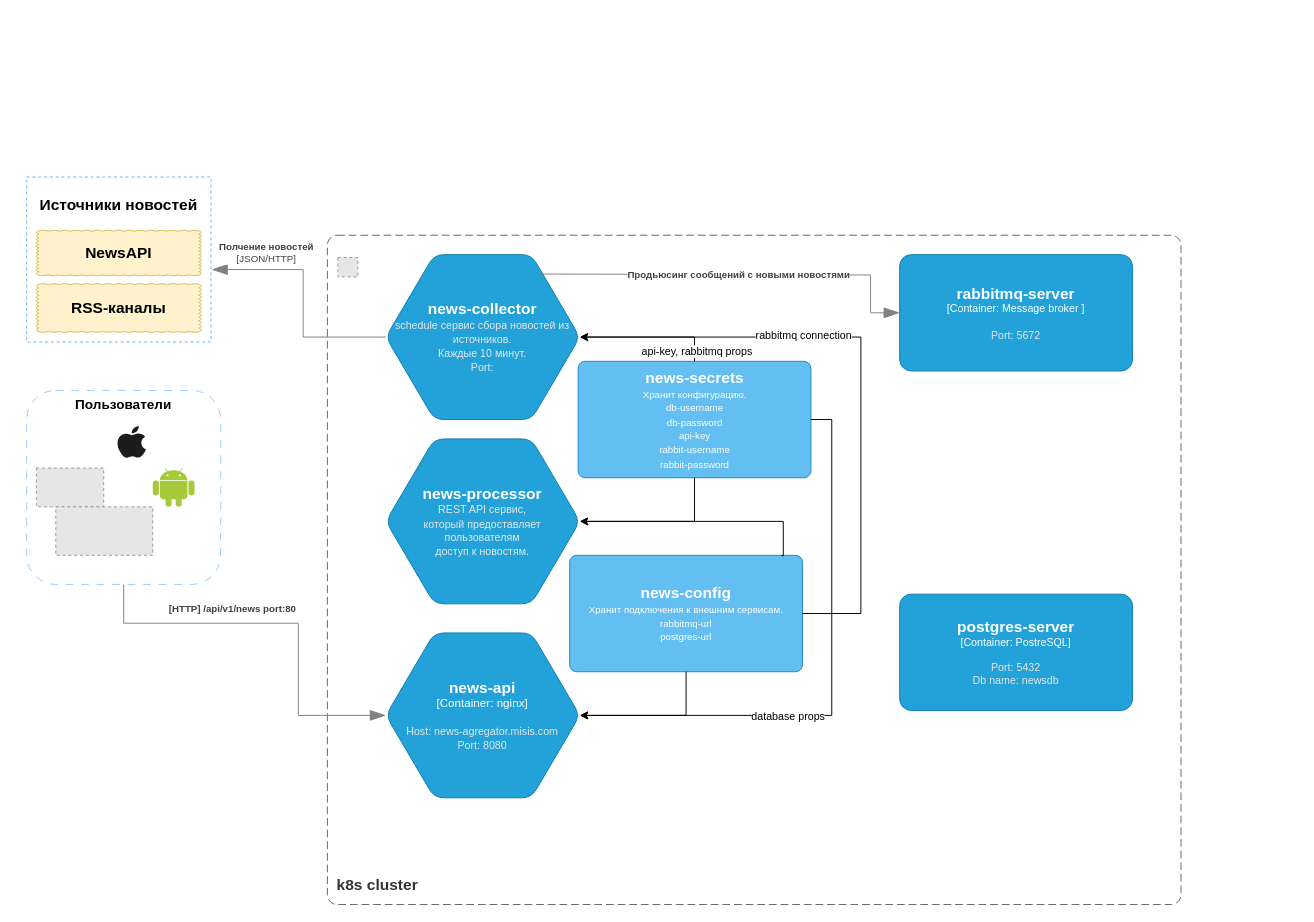
Above: hld-diagram.drawio in avgrlv/k8s-news-agregator-sample (draw.io), before the change. Source tidied: cells renumbered, new cells numbered last; positions are measured from the earlier drawing's top-left corner, leaving out a move shared by most shapes. Both pictures are drawn from the tidied source at 97%, with x=0, y=0 at pixel (26, 177). Pictures stored in the file or linked from it are replaced by grey dashed boxes.
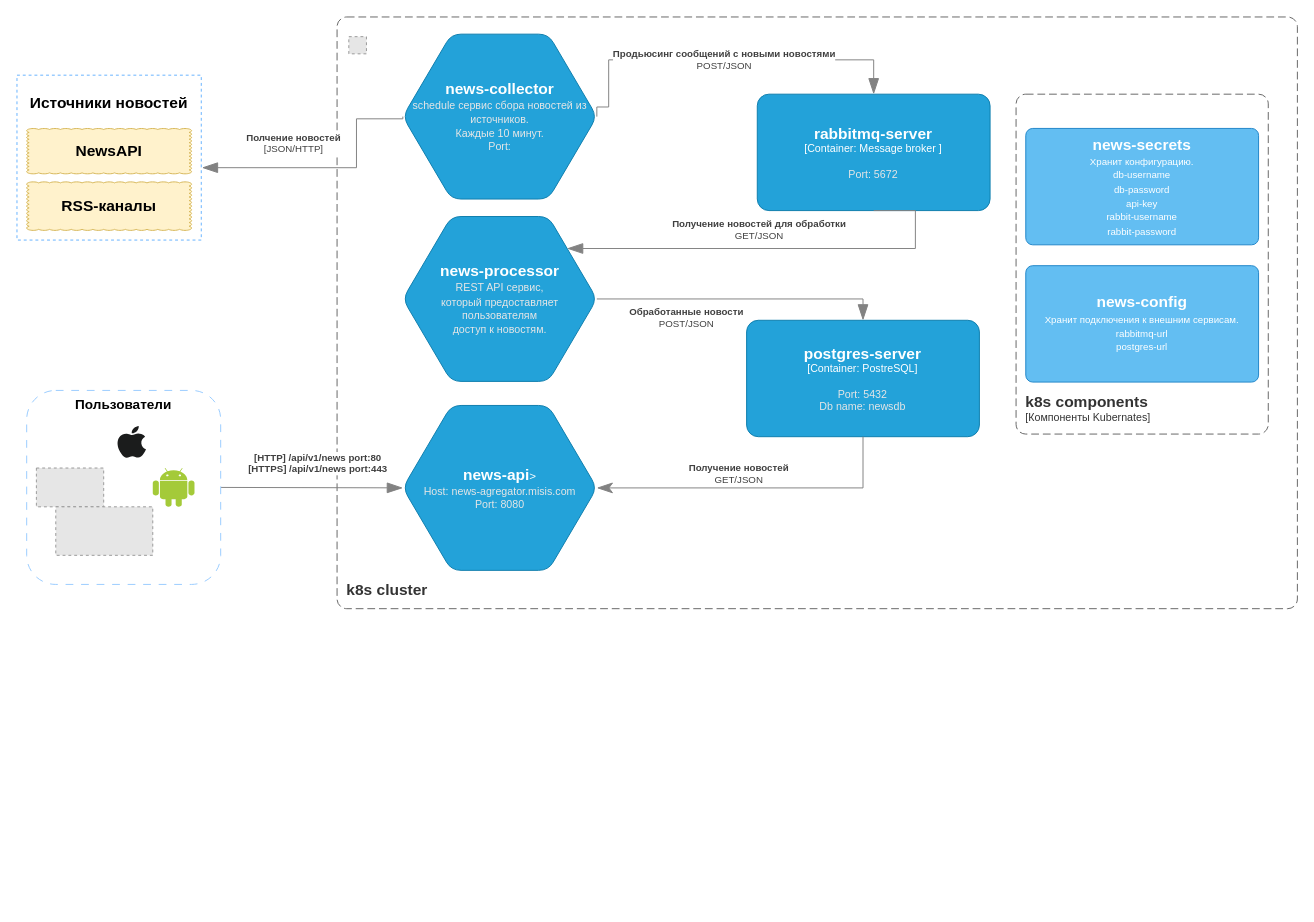
The same page after the edit.

Unchanged cells that the change refers to:
```xml
<mxCell id="25" style="verticalLabelPosition=bottom;verticalAlign=top;html=1;shape=mxgraph.basic.rect;fillColor2=none;strokeWidth=1;size=20;indent=5;dashed=1;strokeColor=#66B2FF;" parent="24" vertex="1">
  <mxGeometry width="190" height="170" as="geometry" />
</mxCell>
<mxCell id="29" value="Пользователи" style="whiteSpace=wrap;html=1;dashed=1;dashPattern=8 8;rounded=1;strokeColor=#99CCFF;verticalAlign=top;fontSize=14;fontStyle=1;" parent="1" vertex="1">
  <mxGeometry y="220" width="200" height="200" as="geometry" />
</mxCell>
```

Change to the diagram source:
```diff
@@
     <mxCell id="2" style="group;" parent="1" vertex="1">
-      <mxGeometry x="310" y="60" width="880" height="690" as="geometry" />
+      <mxGeometry x="320" y="-165" width="990" height="610" as="geometry" />
     </mxCell>
     <object id="3" label="&lt;font style=&quot;font-size: 16px&quot;&gt;&lt;b&gt;&lt;div style=&quot;text-align: left&quot;&gt;%c4Name%&lt;/div&gt;&lt;/b&gt;&lt;/font&gt;" c4Name="k8s cluster" placeholders="1">
       <mxCell style="rounded=1;fontSize=11;whiteSpace=wrap;html=1;dashed=1;arcSize=20;fillColor=none;strokeColor=#666666;fontColor=#333333;labelBackgroundColor=none;align=left;verticalAlign=bottom;labelBorderColor=none;spacingTop=0;spacing=10;dashPattern=8 4;perimeter=rectanglePerimeter;noLabel=0;labelPadding=0;absoluteArcSize=1;" parent="2" vertex="1">
-        <mxGeometry width="880" height="690" as="geometry" />
+        <mxGeometry width="990" height="610" as="geometry" />
       </mxCell>
     </object>
     <mxCell id="4" style="fillColor=#E6E6E6;strokeColor=#999999;dashed=1;verticalLabelPosition=bottom;labelBackgroundColor=default;verticalAlign=top;" parent="2" vertex="1">
-      <mxGeometry x="10.8" y="23" width="20.6" height="20" as="geometry" />
+      <mxGeometry x="12.1" y="20.3" width="18.2" height="17.7" as="geometry" />
     </mxCell>
-    <object id="5" label="&lt;font style=&quot;font-size: 16px&quot;&gt;&lt;b&gt;%c4Name%&lt;/b&gt;&lt;/font&gt;&lt;div&gt;[%c4Type%:&amp;nbsp;%c4Technology%]&lt;/div&gt;&lt;br&gt;&lt;div&gt;&lt;font style=&quot;font-size: 11px&quot;&gt;&lt;font color=&quot;#E6E6E6&quot;&gt;%c4Description%&lt;/font&gt;&lt;/div&gt;" c4Description="Host: news-agregator.misis.com&#10;Port: 8080" c4Name="news-api" c4Technology="nginx" c4Type="Container" placeholders="1">
+    <object id="5" label="&lt;font style=&quot;font-size: 16px&quot;&gt;&lt;b&gt;%c4Name%&lt;/b&gt;&lt;/font&gt;&gt;&lt;br&gt;&lt;div&gt;&lt;font style=&quot;font-size: 11px&quot;&gt;&lt;font color=&quot;#E6E6E6&quot;&gt;%c4Description%&lt;/font&gt;&lt;/div&gt;" c4Description="Host: news-agregator.misis.com&#10;Port: 8080" c4Name="news-api" placeholders="1">
       <mxCell style="shape=hexagon;size=50;perimeter=hexagonPerimeter2;whiteSpace=wrap;html=1;fixedSize=1;rounded=1;labelBackgroundColor=none;fillColor=#23A2D9;fontSize=12;fontColor=#ffffff;align=center;strokeColor=#0E7DAD;points=[[0.5,0,0],[1,0.25,0],[1,0.5,0],[1,0.75,0],[0.5,1,0],[0,0.75,0],[0,0.5,0],[0,0.25,0]];" parent="2" vertex="1">
-        <mxGeometry x="60.3" y="410" width="200" height="170" as="geometry" />
+        <mxGeometry x="67.8" y="400.5" width="200" height="170" as="geometry" />
       </mxCell>
     </object>
     <object id="6" label="&lt;font style=&quot;font-size: 16px&quot;&gt;&lt;b&gt;%c4Name%&lt;/b&gt;&lt;/font&gt;&lt;br&gt;&lt;div&gt;&lt;font style=&quot;font-size: 11px&quot;&gt;&lt;font color=&quot;#E6E6E6&quot;&gt;%c4Description%&lt;/font&gt;&lt;/div&gt;" c4Description="schedule сервис сбора новостей из &#10;источников.&#10;Каждые 10 минут.&#10;Port: " c4Name="news-collector" placeholders="1">
       <mxCell style="shape=hexagon;size=50;perimeter=hexagonPerimeter2;whiteSpace=wrap;html=1;fixedSize=1;rounded=1;labelBackgroundColor=none;fillColor=#23A2D9;fontSize=12;fontColor=#ffffff;align=center;strokeColor=#0E7DAD;points=[[0.5,0,0],[1,0.25,0],[1,0.5,0],[1,0.75,0],[0.5,1,0],[0,0.75,0],[0,0.5,0],[0,0.25,0]];" parent="2" vertex="1">
-        <mxGeometry x="60.3" y="20" width="200" height="170" as="geometry" />
+        <mxGeometry x="67.8" y="17.7" width="200" height="170" as="geometry" />
       </mxCell>
     </object>
+    <object id="9" label="&lt;font style=&quot;font-size: 16px&quot;&gt;&lt;b&gt;%c4Name%&lt;/b&gt;&lt;/font&gt;&lt;br&gt;&lt;div&gt;&lt;font style=&quot;font-size: 11px&quot;&gt;&lt;font color=&quot;#E6E6E6&quot;&gt;%c4Description%&lt;/font&gt;&lt;/div&gt;" c4Description="REST API сервис,&#10;который предоставляет пользователям &#10;доступ к новостям." c4Name="news-processor" placeholders="1">
+      <mxCell style="shape=hexagon;size=50;perimeter=hexagonPerimeter2;whiteSpace=wrap;html=1;fixedSize=1;rounded=1;labelBackgroundColor=none;fillColor=#23A2D9;fontSize=12;fontColor=#ffffff;align=center;strokeColor=#0E7DAD;points=[[0.5,0,0],[1,0.25,0],[1,0.5,0],[1,0.75,0],[0.5,1,0],[0,0.75,0],[0,0.5,0],[0,0.25,0]];" parent="2" vertex="1">
+        <mxGeometry x="67.8" y="205.7" width="200" height="170" as="geometry" />
+      </mxCell>
+    </object>
+    <object id="20" label="&lt;font style=&quot;font-size: 16px&quot;&gt;&lt;b&gt;%c4Name%&lt;/b&gt;&lt;/font&gt;&lt;div&gt;[%c4Type%: %c4Technology%]&lt;/div&gt;&lt;br&gt;&lt;div&gt;&lt;font style=&quot;font-size: 11px&quot;&gt;&lt;font color=&quot;#E6E6E6&quot;&gt;%c4Description%&lt;/font&gt;&lt;/div&gt;" c4Description="Port: 5672" c4Name="rabbitmq-server" c4Technology="Message broker " c4Type="Container" placeholders="1">
+      <mxCell style="rounded=1;whiteSpace=wrap;html=1;fontSize=11;labelBackgroundColor=none;fillColor=#23A2D9;fontColor=#ffffff;align=center;arcSize=10;strokeColor=#0E7DAD;points=[[0.25,0,0],[0.5,0,0],[0.75,0,0],[1,0.25,0],[1,0.5,0],[1,0.75,0],[0.75,1,0],[0.5,1,0],[0.25,1,0],[0,0.75,0],[0,0.5,0],[0,0.25,0]];" parent="2" vertex="1">
+        <mxGeometry x="433.2" y="79.6" width="240" height="120" as="geometry" />
+      </mxCell>
+    </object>
+    <object id="21" label="&lt;font style=&quot;font-size: 16px&quot;&gt;&lt;b&gt;%c4Name%&lt;/b&gt;&lt;/font&gt;&lt;div&gt;[%c4Type%: %c4Technology%]&lt;/div&gt;&lt;br&gt;&lt;div&gt;&lt;font style=&quot;font-size: 11px&quot;&gt;&lt;font color=&quot;#E6E6E6&quot;&gt;%c4Description%&lt;/font&gt;&lt;/div&gt;" c4Description="Port: 5432&#10;Db name: newsdb" c4Name="postgres-server" c4Technology="PostreSQL" c4Type="Container" placeholders="1">
+      <mxCell style="rounded=1;whiteSpace=wrap;html=1;fontSize=11;labelBackgroundColor=none;fillColor=#23A2D9;fontColor=#ffffff;align=center;arcSize=10;strokeColor=#0E7DAD;points=[[0.25,0,0],[0.5,0,0],[0.75,0,0],[1,0.25,0],[1,0.5,0],[1,0.75,0],[0.75,1,0],[0.5,1,0],[0.25,1,0],[0,0.75,0],[0,0.5,0],[0,0.25,0]];" parent="2" vertex="1">
+        <mxGeometry x="422.2" y="312.7" width="240" height="120" as="geometry" />
+      </mxCell>
+    </object>
+    <object id="34" label="&lt;div style=&quot;text-align: left&quot;&gt;&lt;div style=&quot;text-align: center&quot;&gt;&lt;b&gt;%c4Description%&lt;/b&gt;&lt;/div&gt;&lt;div style=&quot;text-align: center&quot;&gt;%c4Technology%&lt;/div&gt;&lt;/div&gt;" c4Description="Получение новостей для обработки" c4Technology="GET/JSON" placeholders="1">
+      <mxCell style="endArrow=blockThin;html=1;fontSize=10;fontColor=#404040;strokeWidth=1;endFill=1;strokeColor=#828282;elbow=vertical;endSize=14;startSize=14;jumpStyle=arc;jumpSize=16;rounded=0;edgeStyle=orthogonalEdgeStyle;exitX=0.5;exitY=1;exitDx=0;exitDy=0;exitPerimeter=0;" parent="2" edge="1" source="20" target="9">
+        <mxGeometry x="0.1" y="-20" relative="1" as="geometry">
+          <Array as="points">
+            <mxPoint x="596.2" y="238.7" />
+          </Array>
+        </mxGeometry>
+      </mxCell>
+    </object>
+    <object id="35" label="&lt;div style=&quot;text-align: left&quot;&gt;&lt;div style=&quot;text-align: center&quot;&gt;&lt;b&gt;%c4Description%&lt;/b&gt;&lt;/div&gt;&lt;div style=&quot;text-align: center&quot;&gt;%c4Technology%&lt;/div&gt;&lt;/div&gt;" c4Description="Обработанные новости" c4Technology="POST/JSON" placeholders="1">
+      <mxCell style="endArrow=blockThin;html=1;fontSize=10;fontColor=#404040;strokeWidth=1;endFill=1;strokeColor=#828282;elbow=vertical;endSize=14;startSize=14;jumpStyle=arc;jumpSize=16;rounded=0;edgeStyle=orthogonalEdgeStyle;exitX=1;exitY=0.5;exitDx=0;exitDy=0;exitPerimeter=0;entryX=0.5;entryY=0;entryDx=0;entryDy=0;entryPerimeter=0;" parent="2" edge="1" source="9" target="21">
+        <mxGeometry x="-0.38" y="-19" relative="1" as="geometry" />
+      </mxCell>
+    </object>
+    <object id="36" label="&lt;div style=&quot;text-align: left&quot;&gt;&lt;div style=&quot;text-align: center&quot;&gt;&lt;b&gt;%c4Description%&lt;/b&gt;&lt;/div&gt;&lt;div style=&quot;text-align: center&quot;&gt;%c4Technology%&lt;/div&gt;&lt;/div&gt;" c4Description="Получение новостей" c4Technology="GET/JSON" placeholders="1">
+      <mxCell style="endArrow=none;html=1;fontSize=10;fontColor=#404040;strokeWidth=1;endFill=0;strokeColor=#828282;elbow=vertical;endSize=14;startSize=14;jumpStyle=arc;jumpSize=16;rounded=0;edgeStyle=orthogonalEdgeStyle;exitX=1;exitY=0.5;exitDx=0;exitDy=0;exitPerimeter=0;entryX=0.5;entryY=1;entryDx=0;entryDy=0;entryPerimeter=0;startArrow=classicThin;startFill=1;" parent="2" edge="1" source="5" target="21">
+        <mxGeometry x="-0.11" y="15" relative="1" as="geometry" />
+      </mxCell>
+    </object>
     <object id="7" label="&lt;font style=&quot;font-size: 16px&quot;&gt;&lt;b&gt;%c4Name%&lt;/b&gt;&lt;/font&gt;&lt;br&gt;&lt;div&gt;&lt;font style=&quot;font-size: 10px&quot;&gt;%c4Description%&lt;/font&gt;&lt;/div&gt;" c4Description="Хранит конфигурацию.&#10;db-username&#10;db-password&#10;api-key&#10;rabbit-username&#10;rabbit-password" c4Name="news-secrets" placeholders="1">
       <mxCell style="rounded=1;whiteSpace=wrap;html=1;labelBackgroundColor=none;fillColor=#63BEF2;fontColor=#ffffff;align=center;arcSize=6;strokeColor=#2086C9;points=[[0.25,0,0],[0.5,0,0],[0.75,0,0],[1,0.25,0],[1,0.5,0],[1,0.75,0],[0.75,1,0],[0.5,1,0],[0.25,1,0],[0,0.75,0],[0,0.5,0],[0,0.25,0]];" parent="2" vertex="1">
-        <mxGeometry x="258.5" y="130" width="240" height="120" as="geometry" />
+        <mxGeometry x="710" y="114.9" width="240" height="120" as="geometry" />
       </mxCell>
     </object>
     <object id="8" label="&lt;font style=&quot;font-size: 16px&quot;&gt;&lt;b&gt;%c4Name%&lt;/b&gt;&lt;/font&gt;&lt;br&gt;&lt;div&gt;&lt;font style=&quot;font-size: 10px&quot;&gt;%c4Description%&lt;/font&gt;&lt;/div&gt;" c4Description="Хранит подключения к внешним сервисам.&#10;rabbitmq-url&#10;postgres-url" c4Name="news-config" placeholders="1">
       <mxCell style="rounded=1;whiteSpace=wrap;html=1;labelBackgroundColor=none;fillColor=#63BEF2;fontColor=#ffffff;align=center;arcSize=6;strokeColor=#2086C9;points=[[0.25,0,0],[0.5,0,0],[0.75,0,0],[1,0.25,0],[1,0.5,0],[1,0.75,0],[0.75,1,0],[0.5,1,0],[0.25,1,0],[0,0.75,0],[0,0.5,0],[0,0.25,0]];" parent="2" vertex="1">
-        <mxGeometry x="249.8" y="330" width="240" height="120" as="geometry" />
+        <mxGeometry x="710" y="256.4" width="240" height="120" as="geometry" />
       </mxCell>
     </object>
-    <object id="9" label="&lt;font style=&quot;font-size: 16px&quot;&gt;&lt;b&gt;%c4Name%&lt;/b&gt;&lt;/font&gt;&lt;br&gt;&lt;div&gt;&lt;font style=&quot;font-size: 11px&quot;&gt;&lt;font color=&quot;#E6E6E6&quot;&gt;%c4Description%&lt;/font&gt;&lt;/div&gt;" c4Description="REST API сервис,&#10;который предоставляет пользователям &#10;доступ к новостям." c4Name="news-processor" placeholders="1">
-      <mxCell style="shape=hexagon;size=50;perimeter=hexagonPerimeter2;whiteSpace=wrap;html=1;fixedSize=1;rounded=1;labelBackgroundColor=none;fillColor=#23A2D9;fontSize=12;fontColor=#ffffff;align=center;strokeColor=#0E7DAD;points=[[0.5,0,0],[1,0.25,0],[1,0.5,0],[1,0.75,0],[0.5,1,0],[0,0.75,0],[0,0.5,0],[0,0.25,0]];" parent="2" vertex="1">
-        <mxGeometry x="60.3" y="210" width="200" height="170" as="geometry" />
-      </mxCell>
-    </object>
-    <mxCell id="10" style="edgeStyle=orthogonalEdgeStyle;rounded=0;jettySize=auto;html=1;entryX=1;entryY=0.5;entryDx=0;entryDy=0;entryPerimeter=0;" parent="2" edge="1" source="7" target="6">
-      <mxGeometry relative="1" as="geometry" />
-    </mxCell>
-    <mxCell id="11" value="api-key, rabbitmq props" style="edgeLabel;html=1;align=center;verticalAlign=middle;" parent="10" vertex="1">
-      <mxGeometry x="-0.84" y="-2" relative="1" as="geometry" />
-    </mxCell>
-    <mxCell id="12" style="edgeStyle=orthogonalEdgeStyle;rounded=0;jettySize=auto;html=1;entryX=1;entryY=0.5;entryDx=0;entryDy=0;entryPerimeter=0;" parent="2" edge="1" source="7" target="9">
-      <mxGeometry relative="1" as="geometry" />
-    </mxCell>
-    <mxCell id="13" style="edgeStyle=orthogonalEdgeStyle;rounded=0;jettySize=auto;html=1;entryX=1;entryY=0.5;entryDx=0;entryDy=0;entryPerimeter=0;" parent="2" edge="1" source="8" target="5">
-      <mxGeometry relative="1" as="geometry" />
-    </mxCell>
-    <mxCell id="14" style="edgeStyle=orthogonalEdgeStyle;rounded=0;jettySize=auto;html=1;entryX=1;entryY=0.5;entryDx=0;entryDy=0;entryPerimeter=0;exitX=0.91;exitY=0.003;exitDx=0;exitDy=0;exitPerimeter=0;" parent="2" edge="1" source="8" target="9">
-      <mxGeometry relative="1" as="geometry">
-        <Array as="points">
-          <mxPoint x="470" y="330" />
-          <mxPoint x="470" y="295" />
-        </Array>
-      </mxGeometry>
-    </mxCell>
-    <mxCell id="15" style="edgeStyle=orthogonalEdgeStyle;rounded=0;jettySize=auto;html=1;entryX=1;entryY=0.5;entryDx=0;entryDy=0;entryPerimeter=0;" parent="2" edge="1" source="8" target="6">
-      <mxGeometry relative="1" as="geometry">
-        <Array as="points">
-          <mxPoint x="550" y="390" />
-          <mxPoint x="550" y="105" />
-        </Array>
-      </mxGeometry>
-    </mxCell>
-    <mxCell id="16" value="rabbitmq connection" style="edgeLabel;html=1;align=center;verticalAlign=middle;" parent="15" vertex="1">
-      <mxGeometry x="0.08" y="1" relative="1" as="geometry">
-        <mxPoint x="-59" y="-5" as="offset" />
-      </mxGeometry>
-    </mxCell>
-    <mxCell id="17" style="edgeStyle=orthogonalEdgeStyle;rounded=0;jettySize=auto;html=1;entryX=1;entryY=0.5;entryDx=0;entryDy=0;entryPerimeter=0;" parent="2" edge="1" source="7" target="5">
-      <mxGeometry relative="1" as="geometry">
-        <Array as="points">
-          <mxPoint x="520" y="190" />
-          <mxPoint x="520" y="495" />
-        </Array>
-      </mxGeometry>
-    </mxCell>
-    <mxCell id="18" value="database props" style="edgeLabel;html=1;align=center;verticalAlign=middle;" parent="17" vertex="1">
-      <mxGeometry x="0.27" y="-1" relative="1" as="geometry">
-        <mxPoint y="1" as="offset" />
-      </mxGeometry>
-    </mxCell>
-    <object id="19" label="&lt;div style=&quot;text-align: left&quot;&gt;&lt;div style=&quot;text-align: center&quot;&gt;&lt;b&gt;%c4Description%&lt;/b&gt;&lt;/div&gt;" c4Description="Продьюсинг сообщений с новыми новостями" placeholders="1">
-      <mxCell style="endArrow=blockThin;html=1;fontSize=10;fontColor=#404040;strokeWidth=1;endFill=1;strokeColor=#828282;elbow=vertical;endSize=14;startSize=14;jumpStyle=arc;jumpSize=16;rounded=0;edgeStyle=orthogonalEdgeStyle;entryX=0;entryY=0.5;entryDx=0;entryDy=0;entryPerimeter=0;" parent="2" edge="1" target="20">
-        <mxGeometry relative="1" as="geometry">
-          <mxPoint x="220" y="40" as="sourcePoint" />
-          <Array as="points">
-            <mxPoint x="220" y="41" />
-            <mxPoint x="560" y="41" />
-            <mxPoint x="560" y="80" />
-          </Array>
-        </mxGeometry>
-      </mxCell>
-    </object>
-    <object id="20" label="&lt;font style=&quot;font-size: 16px&quot;&gt;&lt;b&gt;%c4Name%&lt;/b&gt;&lt;/font&gt;&lt;div&gt;[%c4Type%: %c4Technology%]&lt;/div&gt;&lt;br&gt;&lt;div&gt;&lt;font style=&quot;font-size: 11px&quot;&gt;&lt;font color=&quot;#E6E6E6&quot;&gt;%c4Description%&lt;/font&gt;&lt;/div&gt;" c4Description="Port: 5672" c4Name="rabbitmq-server" c4Technology="Message broker " c4Type="Container" placeholders="1">
-      <mxCell style="rounded=1;whiteSpace=wrap;html=1;fontSize=11;labelBackgroundColor=none;fillColor=#23A2D9;fontColor=#ffffff;align=center;arcSize=10;strokeColor=#0E7DAD;points=[[0.25,0,0],[0.5,0,0],[0.75,0,0],[1,0.25,0],[1,0.5,0],[1,0.75,0],[0.75,1,0],[0.5,1,0],[0.25,1,0],[0,0.75,0],[0,0.5,0],[0,0.25,0]];" parent="2" vertex="1">
-        <mxGeometry x="590" y="20" width="240" height="120" as="geometry" />
-      </mxCell>
-    </object>
-    <object id="21" label="&lt;font style=&quot;font-size: 16px&quot;&gt;&lt;b&gt;%c4Name%&lt;/b&gt;&lt;/font&gt;&lt;div&gt;[%c4Type%: %c4Technology%]&lt;/div&gt;&lt;br&gt;&lt;div&gt;&lt;font style=&quot;font-size: 11px&quot;&gt;&lt;font color=&quot;#E6E6E6&quot;&gt;%c4Description%&lt;/font&gt;&lt;/div&gt;" c4Description="Port: 5432&#10;Db name: newsdb" c4Name="postgres-server" c4Technology="PostreSQL" c4Type="Container" placeholders="1">
-      <mxCell style="rounded=1;whiteSpace=wrap;html=1;fontSize=11;labelBackgroundColor=none;fillColor=#23A2D9;fontColor=#ffffff;align=center;arcSize=10;strokeColor=#0E7DAD;points=[[0.25,0,0],[0.5,0,0],[0.75,0,0],[1,0.25,0],[1,0.5,0],[1,0.75,0],[0.75,1,0],[0.5,1,0],[0.25,1,0],[0,0.75,0],[0,0.5,0],[0,0.25,0]];" parent="2" vertex="1">
-        <mxGeometry x="590" y="370" width="240" height="120" as="geometry" />
-      </mxCell>
-    </object>
+    <object id="37" label="&lt;font style=&quot;font-size: 16px&quot;&gt;&lt;b&gt;&lt;div style=&quot;text-align: left&quot;&gt;%c4Name%&lt;/div&gt;&lt;/b&gt;&lt;/font&gt;&lt;div style=&quot;text-align: left&quot;&gt;[%c4Application%]&lt;/div&gt;" c4Application="Компоненты Kubernates" c4Name="k8s components" placeholders="1">
+      <mxCell style="rounded=1;fontSize=11;whiteSpace=wrap;html=1;dashed=1;arcSize=20;fillColor=none;strokeColor=#666666;fontColor=#333333;labelBackgroundColor=none;align=left;verticalAlign=bottom;labelBorderColor=none;spacingTop=0;spacing=10;dashPattern=8 4;perimeter=rectanglePerimeter;noLabel=0;labelPadding=0;absoluteArcSize=1;" parent="2" vertex="1">
+        <mxGeometry x="700" y="79.6" width="260" height="350.4" as="geometry" />
+      </mxCell>
+    </object>
+    <object id="38" label="&lt;div style=&quot;text-align: left&quot;&gt;&lt;div style=&quot;text-align: center&quot;&gt;&lt;b&gt;%c4Description%&lt;/b&gt;&lt;/div&gt;&lt;div style=&quot;text-align: center&quot;&gt;%c4Technology%&lt;/div&gt;&lt;/div&gt;" c4Description="Продьюсинг сообщений с новыми новостями" c4Technology="POST/JSON" placeholders="1">
+      <mxCell style="endArrow=blockThin;html=1;fontSize=10;fontColor=#404040;strokeWidth=1;endFill=1;strokeColor=#828282;elbow=vertical;endSize=14;startSize=14;jumpStyle=arc;jumpSize=16;rounded=0;edgeStyle=orthogonalEdgeStyle;exitX=1;exitY=0.5;exitDx=0;exitDy=0;exitPerimeter=0;entryX=0.5;entryY=0;entryDx=0;entryDy=0;entryPerimeter=0;" parent="2" edge="1" source="6" target="20">
+        <mxGeometry relative="1" as="geometry">
+          <Array as="points">
+            <mxPoint x="280" y="92.8" />
+            <mxPoint x="280" y="44.2" />
+            <mxPoint x="553" y="44.2" />
+          </Array>
+        </mxGeometry>
+      </mxCell>
+    </object>
-    <object id="22" label="&lt;div style=&quot;text-align: left&quot;&gt;&lt;div style=&quot;text-align: center&quot;&gt;&lt;b&gt;%c4Description%&lt;/b&gt;&lt;/div&gt;" c4Description="[HTTP] /api/v1/news port:80" placeholders="1">
-      <mxCell style="endArrow=blockThin;html=1;fontSize=10;fontColor=#404040;strokeWidth=1;endFill=1;strokeColor=#828282;elbow=vertical;endSize=14;startSize=14;jumpStyle=arc;jumpSize=16;rounded=0;edgeStyle=orthogonalEdgeStyle;exitX=0.5;exitY=1;exitDx=0;exitDy=0;entryX=0;entryY=0.5;entryDx=0;entryDy=0;entryPerimeter=0;" parent="1" edge="1" source="29" target="5">
-        <mxGeometry x="-0.25" y="15" relative="1" as="geometry">
+    <object id="22" label="&lt;div style=&quot;text-align: left&quot;&gt;&lt;div style=&quot;text-align: center&quot;&gt;&lt;b&gt;%c4Description%&lt;/b&gt;&lt;/div&gt;" c4Description="[HTTP] /api/v1/news port:80&#10;[HTTPS] /api/v1/news port:443" placeholders="1">
+      <mxCell style="endArrow=blockThin;html=1;fontSize=10;fontColor=#404040;strokeWidth=1;endFill=1;strokeColor=#828282;elbow=vertical;endSize=14;startSize=14;jumpStyle=arc;jumpSize=16;rounded=0;edgeStyle=orthogonalEdgeStyle;exitX=1;exitY=0.5;exitDx=0;exitDy=0;entryX=0;entryY=0.5;entryDx=0;entryDy=0;entryPerimeter=0;" parent="1" edge="1" source="29" target="5">
+        <mxGeometry x="0.06" y="25" relative="1" as="geometry">
           <Array as="points">
-            <mxPoint x="100" y="460" />
-            <mxPoint x="280" y="460" />
-            <mxPoint x="280" y="555" />
+            <mxPoint x="300" y="320" />
+            <mxPoint x="300" y="320" />
           </Array>
         </mxGeometry>
       </mxCell>
     </object>
     <object id="23" label="&lt;div style=&quot;text-align: left&quot;&gt;&lt;div style=&quot;text-align: center&quot;&gt;&lt;b&gt;%c4Description%&lt;/b&gt;&lt;/div&gt;&lt;div style=&quot;text-align: center&quot;&gt;[%c4Technology%]&lt;/div&gt;&lt;/div&gt;" c4Description="Полчение новостей" c4Technology="JSON/HTTP" placeholders="1">
       <mxCell style="endArrow=blockThin;html=1;fontSize=10;fontColor=#404040;strokeWidth=1;endFill=1;strokeColor=#828282;elbow=vertical;endSize=14;startSize=14;jumpStyle=arc;jumpSize=16;rounded=0;edgeStyle=orthogonalEdgeStyle;exitX=0;exitY=0.5;exitDx=0;exitDy=0;exitPerimeter=0;entryX=1.004;entryY=0.561;entryDx=0;entryDy=0;entryPerimeter=0;" parent="1" edge="1" source="6" target="25">
-        <mxGeometry x="0.55" y="-17" relative="1" as="geometry">
+        <mxGeometry x="0.28" y="-25" relative="1" as="geometry">
           <Array as="points">
-            <mxPoint x="285" y="165" />
-            <mxPoint x="285" y="95" />
+            <mxPoint x="340" y="-60" />
+            <mxPoint x="340" y="-10" />
           </Array>
         </mxGeometry>
       </mxCell>
     </object>
     <mxCell id="24" style="group;" parent="1" vertex="1">
-      <mxGeometry width="190" height="170" as="geometry" />
+      <mxGeometry x="-10" y="-105" width="190" height="170" as="geometry" />
     </mxCell>
```
